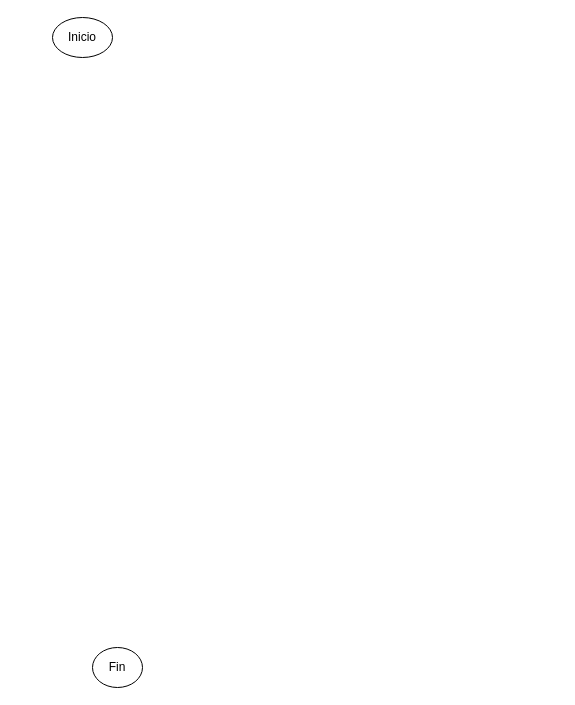
HectorMtz22/university keeps this draw.io diagram as Untitled Diagram.drawio. Above is the earlier version. Source tidied: cells renumbered, new cells numbered last; positions are measured from the earlier drawing's top-left corner, leaving out a move shared by most shapes. Both pictures are drawn from the tidied source at 100%, with x=0, y=0 at pixel (52, 17).
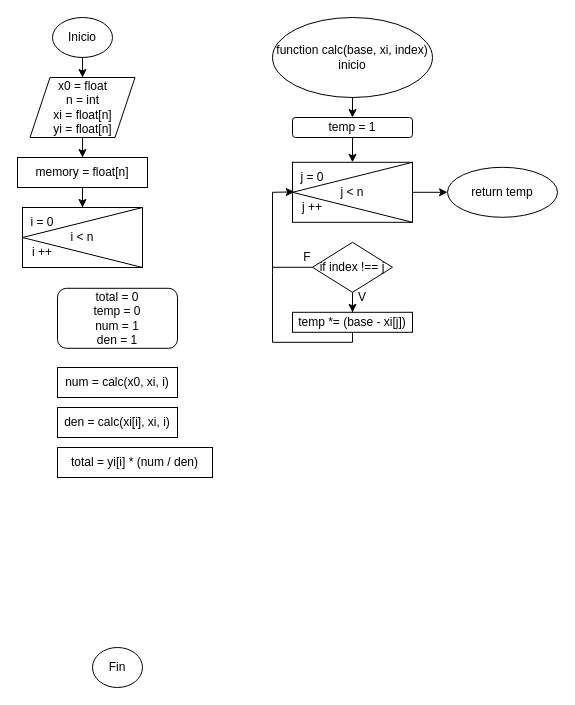
After the change.

The change refers to these unchanged cells:
```xml
<mxCell id="2" value="Inicio" style="ellipse;whiteSpace=wrap;html=1;" parent="1" vertex="1">
  <mxGeometry width="60" height="40" as="geometry" />
</mxCell>
```

Change to the diagram source:
```diff
@@
+    <mxCell id="4" style="edgeStyle=orthogonalEdgeStyle;rounded=0;jettySize=auto;html=1;" parent="1" edge="1" source="2" target="6">
+      <mxGeometry relative="1" as="geometry" />
+    </mxCell>
@@
+    <mxCell id="5" style="edgeStyle=orthogonalEdgeStyle;rounded=0;jettySize=auto;html=1;" parent="1" edge="1" source="6" target="8">
+      <mxGeometry relative="1" as="geometry" />
+    </mxCell>
+    <mxCell id="6" value="x0 = float&lt;br&gt;n = int&lt;br&gt;xi = float[n]&lt;br&gt;yi = float[n]" style="shape=parallelogram;perimeter=parallelogramPerimeter;whiteSpace=wrap;html=1;fixedSize=1;" parent="1" vertex="1">
+      <mxGeometry x="-22.5" y="60" width="105" height="60" as="geometry" />
+    </mxCell>
+    <mxCell id="7" style="edgeStyle=orthogonalEdgeStyle;rounded=0;jettySize=auto;html=1;" parent="1" edge="1" source="8" target="9">
+      <mxGeometry relative="1" as="geometry" />
+    </mxCell>
+    <mxCell id="8" value="memory = float[n]" style="rounded=0;whiteSpace=wrap;html=1;" parent="1" vertex="1">
+      <mxGeometry x="-35" y="140" width="130" height="30" as="geometry" />
+    </mxCell>
+    <mxCell id="9" value="i &amp;lt; n" style="whiteSpace=wrap;html=1;rounded=0;" parent="1" vertex="1">
+      <mxGeometry x="-30" y="190" width="120" height="60" as="geometry" />
+    </mxCell>
+    <mxCell id="10" style="endArrow=none;html=1;rounded=0;entryX=1;entryY=0;entryDx=0;entryDy=0;exitX=0;exitY=0.5;exitDx=0;exitDy=0;" parent="1" edge="1" source="9" target="9">
+      <mxGeometry relative="1" as="geometry" />
+    </mxCell>
+    <mxCell id="11" style="endArrow=none;html=1;rounded=0;exitX=1;exitY=1;exitDx=0;exitDy=0;entryX=0;entryY=0.5;entryDx=0;entryDy=0;" parent="1" edge="1" source="9" target="9">
+      <mxGeometry relative="1" as="geometry" />
+    </mxCell>
+    <mxCell id="12" value="i = 0" style="text;html=1;strokeColor=none;fillColor=none;align=center;verticalAlign=middle;whiteSpace=wrap;rounded=0;" parent="1" vertex="1">
+      <mxGeometry x="-35" y="190" width="50" height="30" as="geometry" />
+    </mxCell>
+    <mxCell id="13" value="i ++" style="text;html=1;strokeColor=none;fillColor=none;align=center;verticalAlign=middle;whiteSpace=wrap;rounded=0;" parent="1" vertex="1">
+      <mxGeometry x="-35" y="220" width="50" height="30" as="geometry" />
+    </mxCell>
+    <mxCell id="14" value="total = 0&lt;br&gt;temp = 0&lt;br&gt;num = 1&lt;br&gt;den = 1" style="rounded=1;whiteSpace=wrap;html=1;" parent="1" vertex="1">
+      <mxGeometry x="5" y="270.8" width="120" height="60" as="geometry" />
+    </mxCell>
+    <mxCell id="15" value="function calc(base, xi, index)&lt;br&gt;inicio" style="ellipse;whiteSpace=wrap;html=1;" parent="1" vertex="1">
+      <mxGeometry x="220" width="160" height="80" as="geometry" />
+    </mxCell>
+    <mxCell id="16" value="j &amp;lt; n" style="whiteSpace=wrap;html=1;rounded=0;" parent="1" vertex="1">
+      <mxGeometry x="240" y="144.8" width="120" height="60" as="geometry" />
+    </mxCell>
+    <mxCell id="17" style="endArrow=none;html=1;rounded=0;entryX=1;entryY=0;entryDx=0;entryDy=0;exitX=0;exitY=0.5;exitDx=0;exitDy=0;" parent="1" edge="1" source="16" target="16">
+      <mxGeometry relative="1" as="geometry" />
+    </mxCell>
+    <mxCell id="18" style="endArrow=none;html=1;rounded=0;exitX=1;exitY=1;exitDx=0;exitDy=0;entryX=0;entryY=0.5;entryDx=0;entryDy=0;" parent="1" edge="1" source="16" target="16">
+      <mxGeometry relative="1" as="geometry" />
+    </mxCell>
+    <mxCell id="19" value="j = 0" style="text;html=1;strokeColor=none;fillColor=none;align=center;verticalAlign=middle;whiteSpace=wrap;rounded=0;" parent="1" vertex="1">
+      <mxGeometry x="235" y="144.8" width="50" height="30" as="geometry" />
+    </mxCell>
+    <mxCell id="20" value="j ++" style="text;html=1;strokeColor=none;fillColor=none;align=center;verticalAlign=middle;whiteSpace=wrap;rounded=0;" parent="1" vertex="1">
+      <mxGeometry x="235" y="174.8" width="50" height="30" as="geometry" />
+    </mxCell>
+    <mxCell id="21" style="edgeStyle=orthogonalEdgeStyle;rounded=0;jettySize=auto;html=1;" parent="1" edge="1" source="22" target="28">
+      <mxGeometry relative="1" as="geometry" />
+    </mxCell>
+    <mxCell id="22" value="if index !== j" style="rhombus;whiteSpace=wrap;html=1;" parent="1" vertex="1">
+      <mxGeometry x="260" y="224.8" width="80" height="50" as="geometry" />
+    </mxCell>
+    <mxCell id="23" style="endArrow=none;html=1;rounded=0;exitX=0;exitY=0.5;exitDx=0;exitDy=0;" parent="1" edge="1" source="22">
+      <mxGeometry relative="1" as="geometry">
+        <mxPoint x="220" y="249.8" as="targetPoint" />
+      </mxGeometry>
+    </mxCell>
+    <mxCell id="24" style="endArrow=none;html=1;rounded=0;" parent="1" edge="1">
+      <mxGeometry relative="1" as="geometry">
+        <mxPoint x="220" y="254.8" as="sourcePoint" />
+        <mxPoint x="220" y="174.8" as="targetPoint" />
+      </mxGeometry>
+    </mxCell>
+    <mxCell id="25" style="endArrow=classic;html=1;rounded=0;entryX=0.136;entryY=-0.013;entryDx=0;entryDy=0;entryPerimeter=0;" parent="1" edge="1" target="20">
+      <mxGeometry relative="1" as="geometry">
+        <mxPoint x="220" y="174.8" as="sourcePoint" />
+      </mxGeometry>
+    </mxCell>
+    <mxCell id="26" value="F" style="text;html=1;strokeColor=none;fillColor=none;align=center;verticalAlign=middle;whiteSpace=wrap;rounded=0;" parent="1" vertex="1">
+      <mxGeometry x="225" y="224.8" width="60" height="30" as="geometry" />
+    </mxCell>
+    <mxCell id="27" value="V" style="text;html=1;strokeColor=none;fillColor=none;align=center;verticalAlign=middle;whiteSpace=wrap;rounded=0;" parent="1" vertex="1">
+      <mxGeometry x="280" y="264.8" width="60" height="30" as="geometry" />
+    </mxCell>
+    <mxCell id="28" value="temp *= (base - xi[j])" style="whiteSpace=wrap;html=1;" parent="1" vertex="1">
+      <mxGeometry x="240" y="294.8" width="120" height="20" as="geometry" />
+    </mxCell>
+    <mxCell id="29" style="endArrow=none;html=1;rounded=0;exitX=0.5;exitY=1;exitDx=0;exitDy=0;" parent="1" edge="1" source="28">
+      <mxGeometry relative="1" as="geometry">
+        <mxPoint x="300" y="324.8" as="targetPoint" />
+      </mxGeometry>
+    </mxCell>
+    <mxCell id="30" style="endArrow=none;html=1;rounded=0;" parent="1" edge="1">
+      <mxGeometry relative="1" as="geometry">
+        <mxPoint x="220" y="324.8" as="sourcePoint" />
+        <mxPoint x="300" y="324.8" as="targetPoint" />
+      </mxGeometry>
+    </mxCell>
+    <mxCell id="31" style="endArrow=none;html=1;rounded=0;" parent="1" edge="1">
+      <mxGeometry relative="1" as="geometry">
+        <mxPoint x="220" y="324.8" as="sourcePoint" />
+        <mxPoint x="220" y="254.8" as="targetPoint" />
+      </mxGeometry>
+    </mxCell>
+    <mxCell id="32" style="endArrow=classic;html=1;rounded=0;exitX=1;exitY=0.5;exitDx=0;exitDy=0;entryX=0;entryY=0.5;entryDx=0;entryDy=0;" parent="1" edge="1" source="16" target="33">
+      <mxGeometry relative="1" as="geometry" />
+    </mxCell>
+    <mxCell id="33" value="return temp" style="ellipse;whiteSpace=wrap;html=1;" parent="1" vertex="1">
+      <mxGeometry x="395" y="149.8" width="110" height="50" as="geometry" />
+    </mxCell>
+    <mxCell id="34" value="temp = 1" style="rounded=1;whiteSpace=wrap;html=1;" parent="1" vertex="1">
+      <mxGeometry x="240" y="100" width="120" height="20" as="geometry" />
+    </mxCell>
+    <mxCell id="35" style="endArrow=classic;html=1;rounded=0;exitX=0.5;exitY=1;exitDx=0;exitDy=0;entryX=0.5;entryY=0;entryDx=0;entryDy=0;" parent="1" edge="1" source="15" target="34">
+      <mxGeometry relative="1" as="geometry" />
+    </mxCell>
+    <mxCell id="36" style="endArrow=classic;html=1;rounded=0;exitX=0.5;exitY=1;exitDx=0;exitDy=0;entryX=0.5;entryY=0;entryDx=0;entryDy=0;" parent="1" edge="1" source="34" target="16">
+      <mxGeometry relative="1" as="geometry" />
+    </mxCell>
+    <mxCell id="37" value="num = calc(x0, xi, i)" style="rounded=0;whiteSpace=wrap;html=1;" parent="1" vertex="1">
+      <mxGeometry x="5" y="350" width="120" height="30" as="geometry" />
+    </mxCell>
+    <mxCell id="38" value="den = calc(xi[i], xi, i)" style="rounded=0;whiteSpace=wrap;html=1;" parent="1" vertex="1">
+      <mxGeometry x="5" y="390" width="120" height="30" as="geometry" />
+    </mxCell>
+    <mxCell id="39" value="total = yi[i] * (num / den)" style="whiteSpace=wrap;html=1;rounded=0;" parent="1" vertex="1">
+      <mxGeometry x="5" y="430" width="155" height="30" as="geometry" />
+    </mxCell>
```
